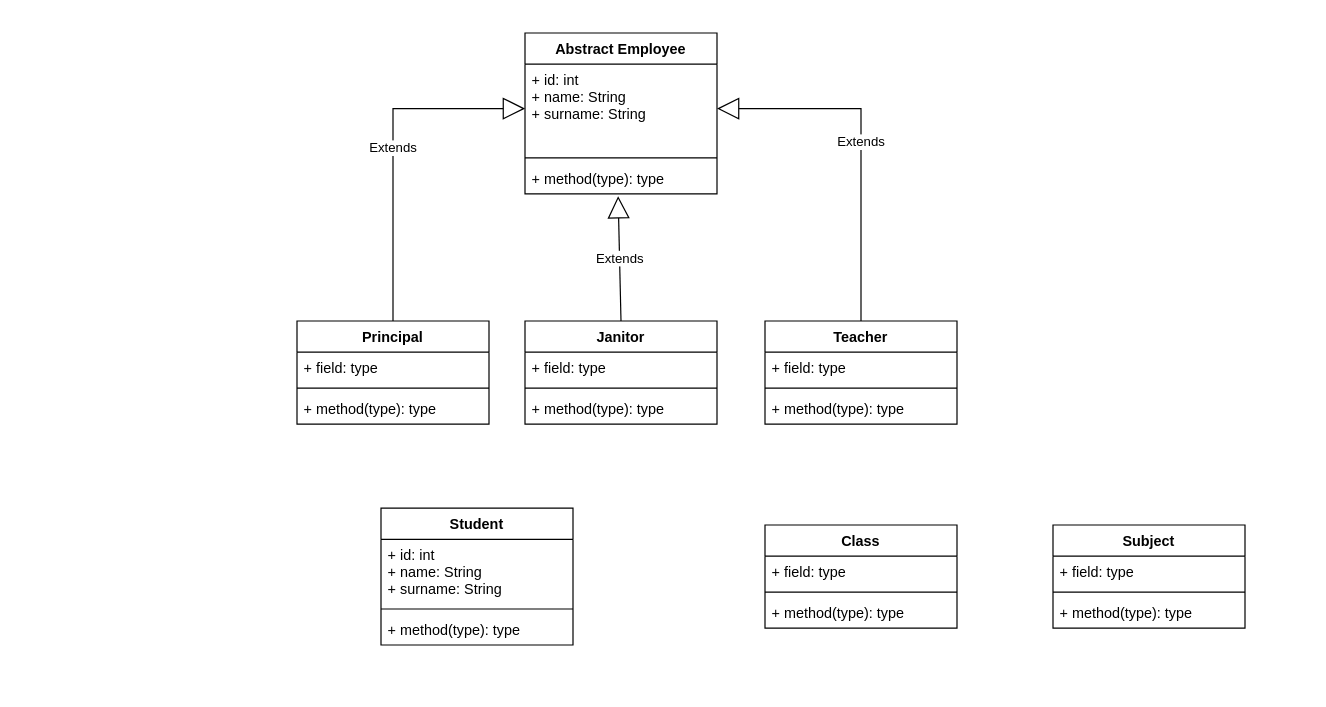
Above: dmaceira-exercise1.drawio in diegomaceira/teracode (draw.io), before the change. Source tidied: cells renumbered, new cells numbered last; positions are measured from the earlier drawing's top-left corner, leaving out a move shared by most shapes. Both pictures are drawn from the tidied source at 120%, with x=0, y=0 at pixel (296, 32).
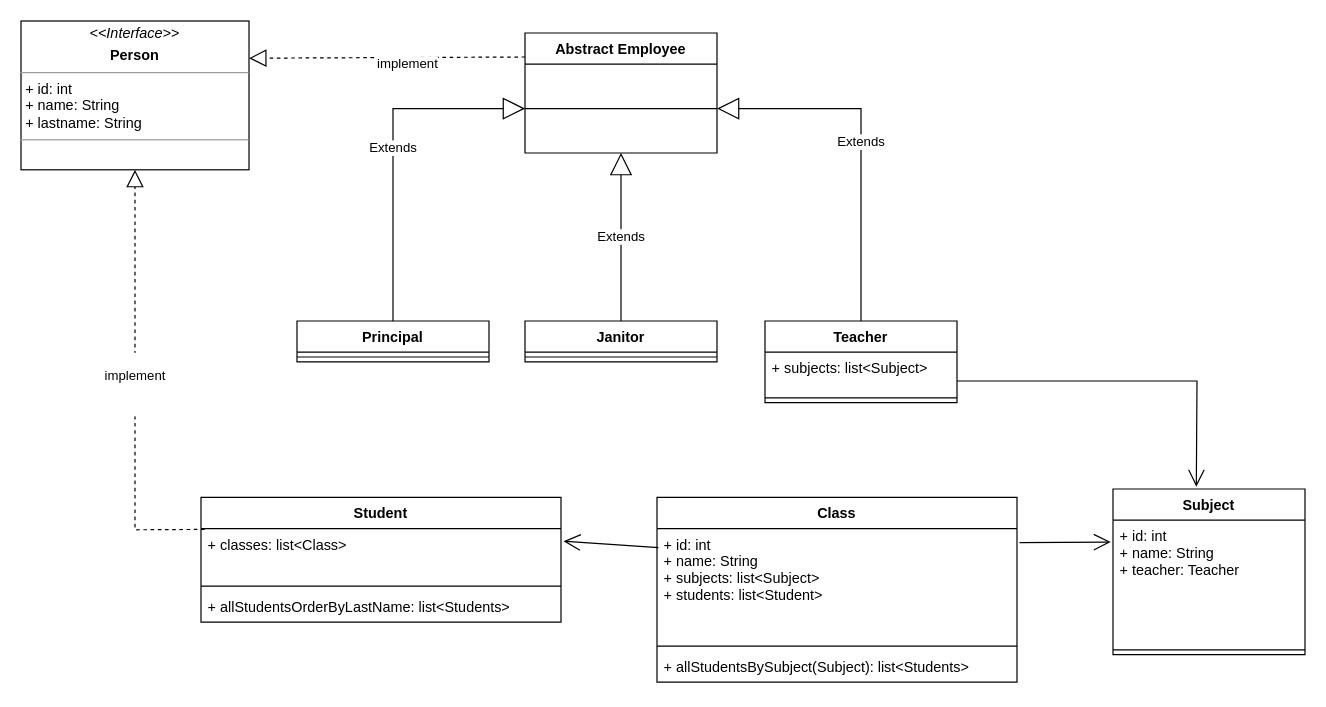
After the change.

Diff of the diagram source:
```diff
@@
     <mxCell id="2" value="Abstract Employee" style="swimlane;fontStyle=1;align=center;verticalAlign=top;horizontal=1;startSize=26;" parent="1" vertex="1">
-      <mxGeometry x="190" width="160" height="134" as="geometry" />
+      <mxGeometry x="190" width="160" height="100" as="geometry" />
     </mxCell>
-    <mxCell id="3" value="+ id: int&#10;+ name: String&#10;+ surname: String" style="text;strokeColor=none;fillColor=none;align=left;verticalAlign=top;spacingLeft=4;spacingRight=4;overflow=hidden;points=[[0,0.5],[1,0.5]];portConstraint=eastwest;" parent="2" vertex="1">
-      <mxGeometry y="26" width="160" height="74" as="geometry" />
-    </mxCell>
     <mxCell id="4" style="line;strokeWidth=1;fillColor=none;align=left;verticalAlign=middle;spacingTop=-1;spacingLeft=3;spacingRight=3;labelPosition=right;" parent="2" vertex="1">
-      <mxGeometry y="100" width="160" height="8" as="geometry" />
+      <mxGeometry y="26" width="160" height="74" as="geometry" />
     </mxCell>
-    <mxCell id="5" value="+ method(type): type" style="text;strokeColor=none;fillColor=none;align=left;verticalAlign=top;spacingLeft=4;spacingRight=4;overflow=hidden;points=[[0,0.5],[1,0.5]];portConstraint=eastwest;" parent="2" vertex="1">
-      <mxGeometry y="108" width="160" height="26" as="geometry" />
-    </mxCell>
     <mxCell id="6" value="Principal" style="swimlane;fontStyle=1;align=center;verticalAlign=top;horizontal=1;startSize=26;" parent="1" vertex="1">
-      <mxGeometry y="240" width="160" height="86" as="geometry" />
+      <mxGeometry y="240" width="160" height="34" as="geometry" />
     </mxCell>
-    <mxCell id="7" value="+ field: type" style="text;strokeColor=none;fillColor=none;align=left;verticalAlign=top;spacingLeft=4;spacingRight=4;overflow=hidden;" parent="6" vertex="1">
-      <mxGeometry y="26" width="160" height="26" as="geometry" />
-    </mxCell>
     <mxCell id="8" style="line;strokeWidth=1;fillColor=none;align=left;verticalAlign=middle;spacingTop=-1;spacingLeft=3;spacingRight=3;labelPosition=right;" parent="6" vertex="1">
-      <mxGeometry y="52" width="160" height="8" as="geometry" />
+      <mxGeometry y="26" width="160" height="8" as="geometry" />
     </mxCell>
-    <mxCell id="9" value="+ method(type): type" style="text;strokeColor=none;fillColor=none;align=left;verticalAlign=top;spacingLeft=4;spacingRight=4;overflow=hidden;" parent="6" vertex="1">
-      <mxGeometry y="60" width="160" height="26" as="geometry" />
-    </mxCell>
     <mxCell id="10" value="Janitor" style="swimlane;fontStyle=1;align=center;verticalAlign=top;horizontal=1;startSize=26;" parent="1" vertex="1">
-      <mxGeometry x="190" y="240" width="160" height="86" as="geometry" />
+      <mxGeometry x="190" y="240" width="160" height="34" as="geometry" />
     </mxCell>
-    <mxCell id="11" value="+ field: type" style="text;strokeColor=none;fillColor=none;align=left;verticalAlign=top;spacingLeft=4;spacingRight=4;overflow=hidden;" parent="10" vertex="1">
-      <mxGeometry y="26" width="160" height="26" as="geometry" />
-    </mxCell>
     <mxCell id="12" style="line;strokeWidth=1;fillColor=none;align=left;verticalAlign=middle;spacingTop=-1;spacingLeft=3;spacingRight=3;labelPosition=right;" parent="10" vertex="1">
-      <mxGeometry y="52" width="160" height="8" as="geometry" />
+      <mxGeometry y="26" width="160" height="8" as="geometry" />
     </mxCell>
-    <mxCell id="13" value="+ method(type): type" style="text;strokeColor=none;fillColor=none;align=left;verticalAlign=top;spacingLeft=4;spacingRight=4;overflow=hidden;" parent="10" vertex="1">
-      <mxGeometry y="60" width="160" height="26" as="geometry" />
-    </mxCell>
     <mxCell id="14" value="Teacher" style="swimlane;fontStyle=1;align=center;verticalAlign=top;horizontal=1;startSize=26;" parent="1" vertex="1">
-      <mxGeometry x="390" y="240" width="160" height="86" as="geometry" />
+      <mxGeometry x="390" y="240" width="160" height="68" as="geometry" />
     </mxCell>
-    <mxCell id="15" value="+ field: type" style="text;strokeColor=none;fillColor=none;align=left;verticalAlign=top;spacingLeft=4;spacingRight=4;overflow=hidden;" parent="14" vertex="1">
-      <mxGeometry y="26" width="160" height="26" as="geometry" />
+    <mxCell id="15" value="+ subjects: list&lt;Subject&gt;" style="text;strokeColor=none;fillColor=none;align=left;verticalAlign=top;spacingLeft=4;spacingRight=4;overflow=hidden;" parent="14" vertex="1">
+      <mxGeometry y="26" width="160" height="34" as="geometry" />
     </mxCell>
     <mxCell id="16" style="line;strokeWidth=1;fillColor=none;align=left;verticalAlign=middle;spacingTop=-1;spacingLeft=3;spacingRight=3;labelPosition=right;" parent="14" vertex="1">
-      <mxGeometry y="52" width="160" height="8" as="geometry" />
+      <mxGeometry y="60" width="160" height="8" as="geometry" />
     </mxCell>
-    <mxCell id="17" value="+ method(type): type" style="text;strokeColor=none;fillColor=none;align=left;verticalAlign=top;spacingLeft=4;spacingRight=4;overflow=hidden;" parent="14" vertex="1">
-      <mxGeometry y="60" width="160" height="26" as="geometry" />
-    </mxCell>
     <mxCell id="18" value="Student" style="swimlane;fontStyle=1;align=center;verticalAlign=top;horizontal=1;startSize=26;" parent="1" vertex="1">
-      <mxGeometry x="70" y="396" width="160" height="114" as="geometry" />
+      <mxGeometry x="-80" y="387" width="300" height="104" as="geometry" />
     </mxCell>
-    <mxCell id="19" value="+ id: int&#10;+ name: String&#10;+ surname: String" style="text;strokeColor=none;fillColor=none;align=left;verticalAlign=top;spacingLeft=4;spacingRight=4;overflow=hidden;points=[[0,0.5],[1,0.5]];portConstraint=eastwest;" parent="18" vertex="1">
-      <mxGeometry y="26" width="160" height="54" as="geometry" />
+    <mxCell id="19" value="+ classes: list&lt;Class&gt;" style="text;strokeColor=none;fillColor=none;align=left;verticalAlign=top;spacingLeft=4;spacingRight=4;overflow=hidden;points=[[0,0.5],[1,0.5]];portConstraint=eastwest;" parent="18" vertex="1">
+      <mxGeometry y="26" width="300" height="44" as="geometry" />
     </mxCell>
     <mxCell id="20" style="line;strokeWidth=1;fillColor=none;align=left;verticalAlign=middle;spacingTop=-1;spacingLeft=3;spacingRight=3;labelPosition=right;" parent="18" vertex="1">
-      <mxGeometry y="80" width="160" height="8" as="geometry" />
+      <mxGeometry y="70" width="300" height="8" as="geometry" />
     </mxCell>
-    <mxCell id="21" value="+ method(type): type" style="text;strokeColor=none;fillColor=none;align=left;verticalAlign=top;spacingLeft=4;spacingRight=4;overflow=hidden;" parent="18" vertex="1">
-      <mxGeometry y="88" width="160" height="26" as="geometry" />
+    <mxCell id="21" value="+ allStudentsOrderByLastName: list&lt;Students&gt;" style="text;strokeColor=none;fillColor=none;align=left;verticalAlign=top;spacingLeft=4;spacingRight=4;overflow=hidden;" parent="18" vertex="1">
+      <mxGeometry y="78" width="300" height="26" as="geometry" />
     </mxCell>
     <mxCell id="22" value="Subject" style="swimlane;fontStyle=1;align=center;verticalAlign=top;horizontal=1;startSize=26;" parent="1" vertex="1">
-      <mxGeometry x="630" y="410" width="160" height="86" as="geometry" />
+      <mxGeometry x="680" y="380" width="160" height="138" as="geometry" />
     </mxCell>
-    <mxCell id="23" value="+ field: type" style="text;strokeColor=none;fillColor=none;align=left;verticalAlign=top;spacingLeft=4;spacingRight=4;overflow=hidden;points=[[0,0.5],[1,0.5]];portConstraint=eastwest;" parent="22" vertex="1">
-      <mxGeometry y="26" width="160" height="26" as="geometry" />
+    <mxCell id="23" value="+ id: int&#10;+ name: String&#10;+ teacher: Teacher" style="text;strokeColor=none;fillColor=none;align=left;verticalAlign=top;spacingLeft=4;spacingRight=4;overflow=hidden;points=[[0,0.5],[1,0.5]];portConstraint=eastwest;" parent="22" vertex="1">
+      <mxGeometry y="26" width="160" height="104" as="geometry" />
     </mxCell>
     <mxCell id="24" style="line;strokeWidth=1;fillColor=none;align=left;verticalAlign=middle;spacingTop=-1;spacingLeft=3;spacingRight=3;labelPosition=right;" parent="22" vertex="1">
-      <mxGeometry y="52" width="160" height="8" as="geometry" />
+      <mxGeometry y="130" width="160" height="8" as="geometry" />
     </mxCell>
-    <mxCell id="25" value="+ method(type): type" style="text;strokeColor=none;fillColor=none;align=left;verticalAlign=top;spacingLeft=4;spacingRight=4;overflow=hidden;" parent="22" vertex="1">
-      <mxGeometry y="60" width="160" height="26" as="geometry" />
-    </mxCell>
     <mxCell id="26" value="Class" style="swimlane;fontStyle=1;align=center;verticalAlign=top;horizontal=1;startSize=26;" parent="1" vertex="1">
-      <mxGeometry x="390" y="410" width="160" height="86" as="geometry" />
+      <mxGeometry x="300" y="387" width="300" height="154" as="geometry" />
     </mxCell>
-    <mxCell id="27" value="+ field: type" style="text;strokeColor=none;fillColor=none;align=left;verticalAlign=top;spacingLeft=4;spacingRight=4;overflow=hidden;points=[[0,0.5],[1,0.5]];portConstraint=eastwest;" parent="26" vertex="1">
-      <mxGeometry y="26" width="160" height="26" as="geometry" />
+    <mxCell id="27" value="+ id: int&#10;+ name: String&#10;+ subjects: list&lt;Subject&gt;&#10;+ students: list&lt;Student&gt;&#10;" style="text;strokeColor=none;fillColor=none;align=left;verticalAlign=top;spacingLeft=4;spacingRight=4;overflow=hidden;points=[[0,0.5],[1,0.5]];portConstraint=eastwest;" parent="26" vertex="1">
+      <mxGeometry y="26" width="300" height="94" as="geometry" />
     </mxCell>
     <mxCell id="28" style="line;strokeWidth=1;fillColor=none;align=left;verticalAlign=middle;spacingTop=-1;spacingLeft=3;spacingRight=3;labelPosition=right;" parent="26" vertex="1">
-      <mxGeometry y="52" width="160" height="8" as="geometry" />
+      <mxGeometry y="120" width="300" height="8" as="geometry" />
     </mxCell>
-    <mxCell id="29" value="+ method(type): type" style="text;strokeColor=none;fillColor=none;align=left;verticalAlign=top;spacingLeft=4;spacingRight=4;overflow=hidden;" parent="26" vertex="1">
-      <mxGeometry y="60" width="160" height="26" as="geometry" />
+    <mxCell id="29" value="+ allStudentsBySubject(Subject): list&lt;Students&gt;" style="text;strokeColor=none;fillColor=none;align=left;verticalAlign=top;spacingLeft=4;spacingRight=4;overflow=hidden;" parent="26" vertex="1">
+      <mxGeometry y="128" width="300" height="26" as="geometry" />
     </mxCell>
-    <mxCell id="30" value="Extends" style="endArrow=block;endSize=16;endFill=0;html=1;rounded=0;entryX=0;entryY=0.5;entryDx=0;entryDy=0;exitX=0.5;exitY=0;exitDx=0;exitDy=0;" parent="1" edge="1" source="6" target="3">
+    <mxCell id="30" value="Extends" style="endArrow=block;endSize=16;endFill=0;html=1;rounded=0;entryX=0;entryY=0.5;entryDx=0;entryDy=0;exitX=0.5;exitY=0;exitDx=0;exitDy=0;" parent="1" edge="1" source="6">
       <mxGeometry relative="1" as="geometry">
+        <mxPoint x="190" y="63" as="targetPoint" />
         <Array as="points">
           <mxPoint x="80" y="63" />
         </Array>
       </mxGeometry>
     </mxCell>
-    <mxCell id="31" value="Extends" style="endArrow=block;endSize=16;endFill=0;html=1;rounded=0;entryX=1;entryY=0.5;entryDx=0;entryDy=0;exitX=0.5;exitY=0;exitDx=0;exitDy=0;" parent="1" edge="1" source="14" target="3">
+    <mxCell id="31" value="Extends" style="endArrow=block;endSize=16;endFill=0;html=1;rounded=0;entryX=1;entryY=0.5;entryDx=0;entryDy=0;exitX=0.5;exitY=0;exitDx=0;exitDy=0;" parent="1" edge="1" source="14">
       <mxGeometry relative="1" as="geometry">
+        <mxPoint x="350" y="63" as="targetPoint" />
         <Array as="points">
           <mxPoint x="470" y="63" />
         </Array>
       </mxGeometry>
     </mxCell>
-    <mxCell id="32" value="Extends" style="endArrow=block;endSize=16;endFill=0;html=1;rounded=0;entryX=0.485;entryY=1.077;entryDx=0;entryDy=0;exitX=0.5;exitY=0;exitDx=0;exitDy=0;entryPerimeter=0;" parent="1" edge="1" source="10" target="5">
+    <mxCell id="32" value="Extends" style="endArrow=block;endSize=16;endFill=0;html=1;rounded=0;entryX=0.5;entryY=1;entryDx=0;entryDy=0;exitX=0.5;exitY=0;exitDx=0;exitDy=0;" parent="1" edge="1" source="10" target="2">
       <mxGeometry relative="1" as="geometry" />
     </mxCell>
+    <mxCell id="33" style="endArrow=open;endFill=1;endSize=12;html=1;rounded=0;entryX=0.434;entryY=-0.014;entryDx=0;entryDy=0;entryPerimeter=0;" parent="1" edge="1" target="22">
+      <mxGeometry relative="1" as="geometry">
+        <mxPoint x="550" y="290" as="sourcePoint" />
+        <Array as="points">
+          <mxPoint x="750" y="290" />
+        </Array>
+      </mxGeometry>
+    </mxCell>
+    <mxCell id="34" style="endArrow=open;endFill=1;endSize=12;html=1;rounded=0;entryX=-0.012;entryY=0.175;entryDx=0;entryDy=0;entryPerimeter=0;exitX=1.007;exitY=0.125;exitDx=0;exitDy=0;exitPerimeter=0;" parent="1" edge="1" source="27" target="23">
+      <mxGeometry relative="1" as="geometry" />
+    </mxCell>
+    <mxCell id="35" style="endArrow=open;endFill=1;endSize=12;html=1;rounded=0;entryX=1.007;entryY=0.24;entryDx=0;entryDy=0;exitX=0.004;exitY=0.169;exitDx=0;exitDy=0;exitPerimeter=0;entryPerimeter=0;" parent="1" edge="1" source="27" target="19">
+      <mxGeometry relative="1" as="geometry" />
+    </mxCell>
+    <mxCell id="36" value="&lt;p style=&quot;margin: 0px ; margin-top: 4px ; text-align: center&quot;&gt;&lt;i&gt;&amp;lt;&amp;lt;Interface&amp;gt;&amp;gt;&lt;/i&gt;&lt;b&gt;&lt;br&gt;&lt;/b&gt;&lt;/p&gt;&lt;p style=&quot;margin: 0px ; margin-top: 4px ; text-align: center&quot;&gt;&lt;b&gt;Person&lt;/b&gt;&lt;br&gt;&lt;/p&gt;&lt;hr size=&quot;1&quot;&gt;&lt;p style=&quot;margin: 0px ; margin-left: 4px&quot;&gt;+ id: int&lt;br&gt;+ name: String&lt;br&gt;+ lastname: String&lt;/p&gt;&lt;hr size=&quot;1&quot;&gt;&lt;p style=&quot;margin: 0px ; margin-left: 4px&quot;&gt;&lt;br&gt;&lt;/p&gt;" style="verticalAlign=top;align=left;overflow=fill;fontSize=12;fontFamily=Helvetica;html=1;" parent="1" vertex="1">
+      <mxGeometry x="-230" y="-10" width="190" height="124" as="geometry" />
+    </mxCell>
+    <mxCell id="37" style="endArrow=block;dashed=1;endFill=0;endSize=12;html=1;rounded=0;entryX=1;entryY=0.25;entryDx=0;entryDy=0;exitX=0.001;exitY=-0.081;exitDx=0;exitDy=0;exitPerimeter=0;" parent="1" edge="1" target="36">
+      <mxGeometry relative="1" as="geometry">
+        <mxPoint x="190.2" y="20" as="sourcePoint" />
+      </mxGeometry>
+    </mxCell>
+    <mxCell id="38" value="implement" style="edgeLabel;html=1;align=center;verticalAlign=middle;" parent="37" vertex="1">
+      <mxGeometry x="-0.14" y="5" relative="1" as="geometry" />
+    </mxCell>
+    <mxCell id="39" value="&#10;implement&#10;&#10;" style="endArrow=block;dashed=1;endFill=0;endSize=12;html=1;rounded=0;entryX=0.5;entryY=1;entryDx=0;entryDy=0;exitX=0.01;exitY=0.015;exitDx=0;exitDy=0;exitPerimeter=0;" parent="1" edge="1" source="19" target="36">
+      <mxGeometry relative="1" as="geometry">
+        <Array as="points">
+          <mxPoint x="-135" y="414" />
+        </Array>
+      </mxGeometry>
+    </mxCell>
```
